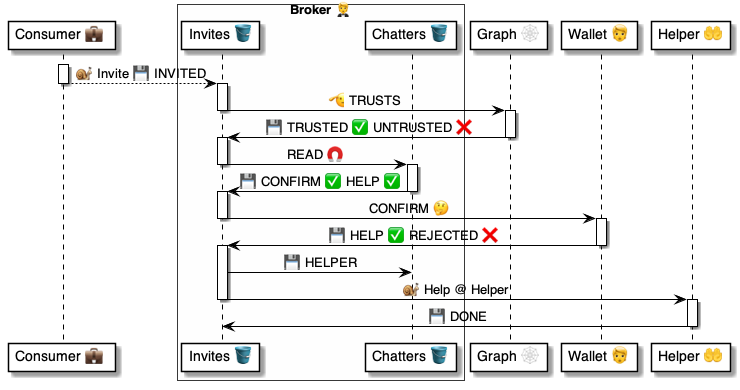
Earlier version of the PlantUML export 4 ⚙️ Solution/20 🧑‍🦰 UI/Brokers 🤵/🤵🪣 Broker tables/Invites 🤲 table/🪣 Invites/🤵 Broker.Invites ⚙️ uml.png (pollyweb-org/pollyweb-docs). Its source is kept beside it as 4 ⚙️ Solution/20 🧑‍🦰 UI/Brokers 🤵/🤵🪣 Broker tables/Invites 🤲 table/🪣 Invites/🤵 Broker.Invites ⚙️ uml.puml.
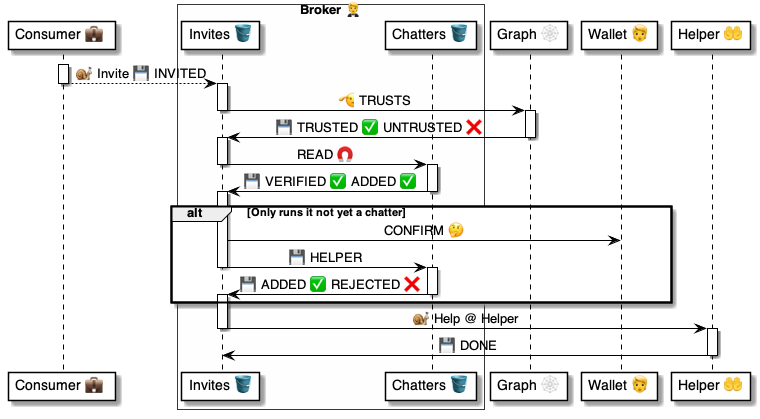
The same diagram one commit later.

Diff of the diagram source:
```diff
@@ -27,19 +27,25 @@
 deactivate broker
 
 activate chatters
-    chatters -> broker: 💾 CONFIRM ✅ HELP ✅
+    chatters -> broker: 💾 VERIFIED ✅ ADDED ✅
 deactivate chatters
 
-activate broker
-    broker -> user: CONFIRM 🤔
-deactivate broker
+alt Only runs it not yet a chatter
 
-activate user
-    user -> broker: 💾 HELP ✅ REJECTED ❌
-deactivate user
+    activate broker
+        broker -> user: CONFIRM 🤔
+        broker -> chatters: 💾 HELPER
+    deactivate broker
+
+    activate chatters
+        chatters -> broker: 💾 ADDED ✅ REJECTED ❌
+    deactivate chatters
 
 activate broker
-    broker -> chatters: 💾 HELPER
+
+end alt
+
+
     broker -> helper: 🐌 Help @ Helper
 deactivate broker
 
```
